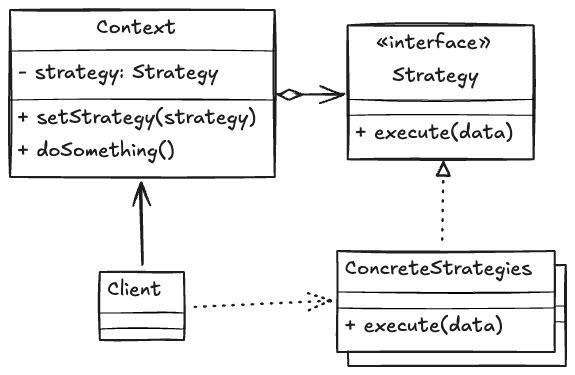
The Excalidraw diagram strategy-pattern.excalidraw.png in bjenning04/foam, before a commit. Source tidied: one line per element, renumbered; positions are measured from the earlier drawing's top-left corner, leaving out a move shared by most shapes. Its diagram source:
```json
{"id": 0, "type": "rectangle", "strokeColor": "#1e1e1e", "strokeWidth": 2, "roughness": 1, "x": 0, "y": 0, "width": 265, "height": 167}
{"id": 1, "type": "rectangle", "strokeColor": "#1e1e1e", "strokeWidth": 2, "roughness": 1, "x": 338, "y": 15, "width": 186, "height": 134}
{"id": 2, "type": "rectangle", "strokeColor": "#1e1e1e", "strokeWidth": 2, "roughness": 1, "x": 90, "y": 262, "width": 84, "height": 68}
{"id": 3, "type": "rectangle", "strokeColor": "#1e1e1e", "strokeWidth": 2, "roughness": 1, "x": 338, "y": 255, "width": 217, "height": 101}
{"id": 4, "type": "line", "strokeColor": "#000", "strokeWidth": 1, "roughness": 1, "x": 338, "y": 296, "width": 217, "height": 0, "points": [[0, 0], [217, 0]]}
{"id": 5, "type": "line", "strokeColor": "#000", "strokeWidth": 1, "roughness": 1, "x": 338, "y": 312, "width": 217, "height": 0, "points": [[0, 0], [217, 0]]}
{"id": 6, "type": "text", "text": "ConcreteStrategy", "strokeColor": "#1e1e1e", "strokeWidth": 2, "roughness": 1, "fontSize": 20, "fontFamily": 5, "verticalAlign": "middle", "x": 346, "y": 260, "width": 172, "height": 25}
{"id": 7, "type": "text", "text": "+execute(data)", "strokeColor": "#1e1e1e", "strokeWidth": 2, "roughness": 1, "fontSize": 20, "fontFamily": 5, "verticalAlign": "middle", "x": 346, "y": 317, "width": 150, "height": 25}
{"id": 8, "type": "rectangle", "strokeColor": "#1e1e1e", "backgroundColor": "#ffffff", "fillStyle": "solid", "strokeWidth": 2, "roughness": 1, "x": 327, "y": 241, "width": 217, "height": 101}
{"id": 9, "type": "line", "strokeColor": "#000", "strokeWidth": 1, "roughness": 1, "x": 0, "y": 41, "width": 265, "height": 0, "points": [[0, 0], [265, 0]]}
{"id": 10, "type": "line", "strokeColor": "#000", "strokeWidth": 1, "roughness": 1, "x": 0, "y": 90, "width": 265, "height": 0, "points": [[0, 0], [265, 0]]}
{"id": 11, "type": "line", "strokeColor": "#000", "strokeWidth": 1, "roughness": 1, "x": 338, "y": 89, "width": 186, "height": 0, "points": [[0, 0], [186, 0]]}
{"id": 12, "type": "line", "strokeColor": "#000", "strokeWidth": 1, "roughness": 1, "x": 338, "y": 105, "width": 186, "height": 0, "points": [[0, 0], [186, 0]]}
{"id": 13, "type": "line", "strokeColor": "#000", "strokeWidth": 1, "roughness": 1, "x": 90, "y": 303, "width": 84, "height": 0, "points": [[0, 0], [84, 0]]}
{"id": 14, "type": "line", "strokeColor": "#000", "strokeWidth": 1, "roughness": 1, "x": 90, "y": 319, "width": 84, "height": 0, "points": [[0, 0], [84, 0]]}
{"id": 15, "type": "line", "strokeColor": "#000", "backgroundColor": "#ffffff", "fillStyle": "solid", "strokeWidth": 1, "roughness": 1, "x": 327, "y": 282, "width": 217, "height": 0, "points": [[0, 0], [217, 0]]}
{"id": 16, "type": "line", "strokeColor": "#000", "backgroundColor": "#ffffff", "fillStyle": "solid", "strokeWidth": 1, "roughness": 1, "x": 327, "y": 298, "width": 217, "height": 0, "points": [[0, 0], [217, 0]]}
{"id": 17, "type": "arrow", "strokeColor": "#1e1e1e", "strokeWidth": 2, "roughness": 1, "startArrowhead": "diamond_outline", "endArrowhead": "arrow", "round": true, "from": 0, "to": 1, "x": 268, "y": 85, "width": 67, "height": 0, "points": [[0, 0], [67, 0]]}
{"id": 18, "type": "arrow", "strokeColor": "#1e1e1e", "strokeWidth": 2, "roughness": 1, "startArrowhead": "arrow", "round": true, "from": 0, "to": 28, "x": 131, "y": 173, "width": 1, "height": 81, "points": [[0, 0], [1, 81]]}
{"id": 19, "type": "arrow", "strokeColor": "#1e1e1e", "strokeWidth": 2, "strokeStyle": "dotted", "roughness": 1, "endArrowhead": "arrow", "round": true, "from": 2, "to": 30, "x": 184, "y": 297, "width": 138, "height": 6, "points": [[0, 0], [138, -6]]}
{"id": 20, "type": "arrow", "strokeColor": "#1e1e1e", "strokeWidth": 2, "strokeStyle": "dotted", "roughness": 1, "startArrowhead": "triangle_outline", "round": true, "from": 1, "to": 8, "x": 433, "y": 153, "width": 1, "height": 76, "points": [[0, 0], [-1, 76]]}
{"id": 21, "type": "text", "text": "Context", "strokeColor": "#1e1e1e", "strokeWidth": 2, "roughness": 1, "fontSize": 20, "fontFamily": 5, "verticalAlign": "middle", "x": 86, "y": 5, "width": 80, "height": 25}
{"id": 22, "type": "text", "text": "- strategy: Strategy", "strokeColor": "#1e1e1e", "strokeWidth": 2, "roughness": 1, "fontSize": 20, "fontFamily": 5, "verticalAlign": "middle", "x": 8, "y": 50, "width": 200, "height": 25}
{"id": 23, "type": "text", "text": "+ setStrategy(strategy)", "strokeColor": "#1e1e1e", "strokeWidth": 2, "roughness": 1, "fontSize": 20, "fontFamily": 5, "verticalAlign": "middle", "x": 8, "y": 95, "width": 239, "height": 25}
{"id": 24, "type": "text", "text": "+ doSomething()", "strokeColor": "#1e1e1e", "strokeWidth": 2, "roughness": 1, "fontSize": 20, "fontFamily": 5, "verticalAlign": "middle", "x": 8, "y": 128, "width": 157, "height": 25}
{"id": 25, "type": "text", "text": "«interface»", "strokeColor": "#1e1e1e", "strokeWidth": 2, "roughness": 1, "fontSize": 20, "fontFamily": 5, "verticalAlign": "middle", "x": 366, "y": 20, "width": 114, "height": 25}
{"id": 26, "type": "text", "text": "Strategy", "strokeColor": "#1e1e1e", "strokeWidth": 2, "roughness": 1, "fontSize": 20, "fontFamily": 5, "verticalAlign": "middle", "x": 383, "y": 53, "width": 86, "height": 25}
{"id": 27, "type": "text", "text": "+ execute(data)", "strokeColor": "#1e1e1e", "strokeWidth": 2, "roughness": 1, "fontSize": 20, "fontFamily": 5, "verticalAlign": "middle", "x": 345, "y": 110, "width": 158, "height": 25}
{"id": 28, "type": "text", "text": "Client", "strokeColor": "#1e1e1e", "strokeWidth": 2, "roughness": 1, "fontSize": 20, "fontFamily": 5, "verticalAlign": "middle", "x": 97, "y": 267, "width": 54, "height": 25}
{"id": 29, "type": "text", "text": "ConcreteStrategies", "strokeColor": "#1e1e1e", "backgroundColor": "#ffffff", "fillStyle": "solid", "strokeWidth": 2, "roughness": 1, "fontSize": 20, "fontFamily": 5, "verticalAlign": "middle", "x": 335, "y": 246, "width": 187, "height": 25}
{"id": 30, "type": "text", "text": "+ execute(data)", "strokeColor": "#1e1e1e", "backgroundColor": "#ffffff", "fillStyle": "solid", "strokeWidth": 2, "roughness": 1, "fontSize": 20, "fontFamily": 5, "verticalAlign": "middle", "x": 335, "y": 303, "width": 158, "height": 25}
```
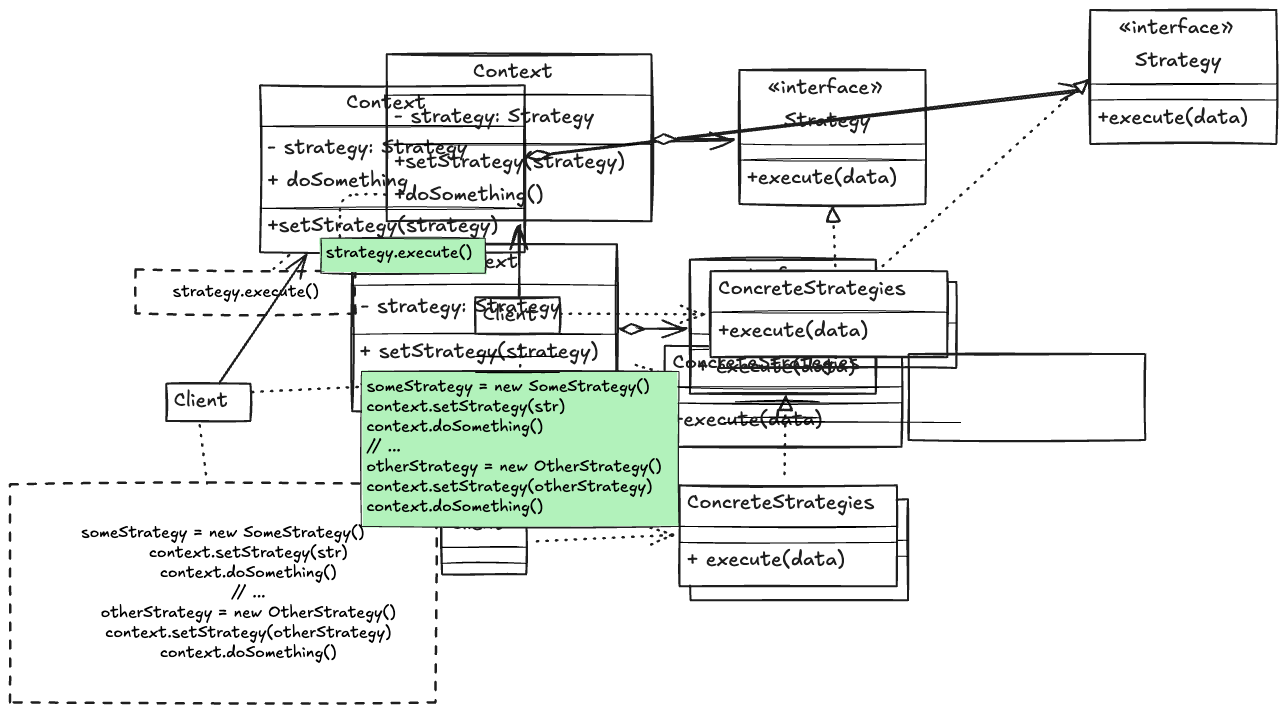
After the commit.

Diff of the diagram source:
```diff
@@ -1,31 +1,33 @@
-{"id": 0, "type": "rectangle", "strokeColor": "#1e1e1e", "strokeWidth": 2, "roughness": 1, "x": 0, "y": 0, "width": 265, "height": 167}
-{"id": 1, "type": "rectangle", "strokeColor": "#1e1e1e", "strokeWidth": 2, "roughness": 1, "x": 338, "y": 15, "width": 186, "height": 134}
-{"id": 2, "type": "rectangle", "strokeColor": "#1e1e1e", "strokeWidth": 2, "roughness": 1, "x": 90, "y": 262, "width": 84, "height": 68}
-{"id": 3, "type": "rectangle", "strokeColor": "#1e1e1e", "strokeWidth": 2, "roughness": 1, "x": 338, "y": 255, "width": 217, "height": 101}
-{"id": 4, "type": "line", "strokeColor": "#000", "strokeWidth": 1, "roughness": 1, "x": 338, "y": 296, "width": 217, "height": 0, "points": [[0, 0], [217, 0]]}
-{"id": 5, "type": "line", "strokeColor": "#000", "strokeWidth": 1, "roughness": 1, "x": 338, "y": 312, "width": 217, "height": 0, "points": [[0, 0], [217, 0]]}
-{"id": 6, "type": "text", "text": "ConcreteStrategy", "strokeColor": "#1e1e1e", "strokeWidth": 2, "roughness": 1, "fontSize": 20, "fontFamily": 5, "verticalAlign": "middle", "x": 346, "y": 260, "width": 172, "height": 25}
-{"id": 7, "type": "text", "text": "+execute(data)", "strokeColor": "#1e1e1e", "strokeWidth": 2, "roughness": 1, "fontSize": 20, "fontFamily": 5, "verticalAlign": "middle", "x": 346, "y": 317, "width": 150, "height": 25}
-{"id": 8, "type": "rectangle", "strokeColor": "#1e1e1e", "backgroundColor": "#ffffff", "fillStyle": "solid", "strokeWidth": 2, "roughness": 1, "x": 327, "y": 241, "width": 217, "height": 101}
-{"id": 9, "type": "line", "strokeColor": "#000", "strokeWidth": 1, "roughness": 1, "x": 0, "y": 41, "width": 265, "height": 0, "points": [[0, 0], [265, 0]]}
-{"id": 10, "type": "line", "strokeColor": "#000", "strokeWidth": 1, "roughness": 1, "x": 0, "y": 90, "width": 265, "height": 0, "points": [[0, 0], [265, 0]]}
-{"id": 11, "type": "line", "strokeColor": "#000", "strokeWidth": 1, "roughness": 1, "x": 338, "y": 89, "width": 186, "height": 0, "points": [[0, 0], [186, 0]]}
-{"id": 12, "type": "line", "strokeColor": "#000", "strokeWidth": 1, "roughness": 1, "x": 338, "y": 105, "width": 186, "height": 0, "points": [[0, 0], [186, 0]]}
-{"id": 13, "type": "line", "strokeColor": "#000", "strokeWidth": 1, "roughness": 1, "x": 90, "y": 303, "width": 84, "height": 0, "points": [[0, 0], [84, 0]]}
-{"id": 14, "type": "line", "strokeColor": "#000", "strokeWidth": 1, "roughness": 1, "x": 90, "y": 319, "width": 84, "height": 0, "points": [[0, 0], [84, 0]]}
-{"id": 15, "type": "line", "strokeColor": "#000", "backgroundColor": "#ffffff", "fillStyle": "solid", "strokeWidth": 1, "roughness": 1, "x": 327, "y": 282, "width": 217, "height": 0, "points": [[0, 0], [217, 0]]}
-{"id": 16, "type": "line", "strokeColor": "#000", "backgroundColor": "#ffffff", "fillStyle": "solid", "strokeWidth": 1, "roughness": 1, "x": 327, "y": 298, "width": 217, "height": 0, "points": [[0, 0], [217, 0]]}
-{"id": 17, "type": "arrow", "strokeColor": "#1e1e1e", "strokeWidth": 2, "roughness": 1, "startArrowhead": "diamond_outline", "endArrowhead": "arrow", "round": true, "from": 0, "to": 1, "x": 268, "y": 85, "width": 67, "height": 0, "points": [[0, 0], [67, 0]]}
-{"id": 18, "type": "arrow", "strokeColor": "#1e1e1e", "strokeWidth": 2, "roughness": 1, "startArrowhead": "arrow", "round": true, "from": 0, "to": 28, "x": 131, "y": 173, "width": 1, "height": 81, "points": [[0, 0], [1, 81]]}
-{"id": 19, "type": "arrow", "strokeColor": "#1e1e1e", "strokeWidth": 2, "strokeStyle": "dotted", "roughness": 1, "endArrowhead": "arrow", "round": true, "from": 2, "to": 30, "x": 184, "y": 297, "width": 138, "height": 6, "points": [[0, 0], [138, -6]]}
-{"id": 20, "type": "arrow", "strokeColor": "#1e1e1e", "strokeWidth": 2, "strokeStyle": "dotted", "roughness": 1, "startArrowhead": "triangle_outline", "round": true, "from": 1, "to": 8, "x": 433, "y": 153, "width": 1, "height": 76, "points": [[0, 0], [-1, 76]]}
+{"id": 31, "type": "rectangle", "strokeColor": "#1e1e1e", "strokeWidth": 2, "roughness": 1, "x": 34, "y": -190, "width": 265, "height": 167}
+{"id": 32, "type": "rectangle", "strokeColor": "#1e1e1e", "strokeWidth": 2, "roughness": 1, "x": 123, "y": 53, "width": 84, "height": 37}
+{"id": 33, "type": "rectangle", "strokeColor": "#1e1e1e", "strokeWidth": 2, "roughness": 1, "x": 387, "y": -174, "width": 186, "height": 134}
+{"id": 34, "type": "rectangle", "strokeColor": "#1e1e1e", "backgroundColor": "#b2f2bb", "fillStyle": "solid", "strokeWidth": 1, "roughness": 1, "x": 9, "y": 127, "width": 318, "height": 155}
+{"id": 35, "type": "rectangle", "strokeColor": "#1e1e1e", "backgroundColor": "#b2f2bb", "fillStyle": "solid", "strokeWidth": 1, "roughness": 1, "x": -31, "y": -6, "width": 164, "height": 35}
+{"id": 36, "type": "line", "strokeColor": "#000", "strokeWidth": 1, "roughness": 1, "x": 34, "y": -149, "width": 265, "height": 0, "points": [[0, 0], [265, 0]]}
+{"id": 37, "type": "line", "strokeColor": "#000", "strokeWidth": 1, "roughness": 1, "x": 34, "y": -100, "width": 265, "height": 0, "points": [[0, 0], [265, 0]]}
+{"id": 38, "type": "line", "strokeColor": "#000", "strokeWidth": 1, "roughness": 1, "x": 387, "y": -100, "width": 186, "height": 0, "points": [[0, 0], [186, 0]]}
+{"id": 39, "type": "line", "strokeColor": "#000", "strokeWidth": 1, "roughness": 1, "x": 387, "y": -84, "width": 186, "height": 0, "points": [[0, 0], [186, 0]]}
+{"id": 40, "type": "arrow", "strokeColor": "#1e1e1e", "strokeWidth": 2, "roughness": 1, "startArrowhead": "arrow", "round": true, "from": 31, "to": 28, "x": 167, "y": -18, "width": 1, "height": 70, "points": [[0, 0], [1, 70]]}
+{"id": 41, "type": "arrow", "strokeColor": "#1e1e1e", "strokeWidth": 2, "strokeStyle": "dotted", "roughness": 1, "endArrowhead": "arrow", "round": true, "from": 32, "to": 55, "x": 208, "y": 71, "width": 144, "height": 0, "points": [[0, 0], [144, 0]]}
+{"id": 42, "type": "arrow", "strokeColor": "#1e1e1e", "strokeWidth": 2, "roughness": 1, "startArrowhead": "diamond_outline", "endArrowhead": "arrow", "round": true, "from": 31, "to": 33, "x": 301, "y": -104, "width": 80, "height": 0, "points": [[0, 0], [80, 0]]}
+{"id": 43, "type": "arrow", "strokeColor": "#1e1e1e", "strokeWidth": 2, "strokeStyle": "dotted", "roughness": 1, "startArrowhead": "triangle_outline", "round": true, "from": 33, "to": 54, "x": 480, "y": -36, "width": 3, "height": 61, "points": [[0, 0], [3, 61]]}
+{"id": 44, "type": "arrow", "strokeColor": "#1e1e1e", "strokeWidth": 2, "strokeStyle": "dotted", "roughness": 1, "from": 34, "to": 28, "x": 168, "y": 122, "width": 0, "height": 28, "points": [[0, 0], [0, -28]]}
+{"id": 45, "type": "arrow", "strokeColor": "#1e1e1e", "strokeWidth": 2, "strokeStyle": "dotted", "roughness": 1, "from": 35, "x": -12, "y": -8, "width": 49, "height": 42, "points": [[0, 0], [0, -42], [49, -42]]}
-{"id": 21, "type": "text", "text": "Context", "strokeColor": "#1e1e1e", "strokeWidth": 2, "roughness": 1, "fontSize": 20, "fontFamily": 5, "verticalAlign": "middle", "x": 86, "y": 5, "width": 80, "height": 25}
+{"id": 21, "type": "text", "text": "Context", "strokeColor": "#1e1e1e", "strokeWidth": 2, "roughness": 1, "fontSize": 20, "fontFamily": 5, "verticalAlign": "middle", "x": 121, "y": -185, "width": 80, "height": 25}
-{"id": 22, "type": "text", "text": "- strategy: Strategy", "strokeColor": "#1e1e1e", "strokeWidth": 2, "roughness": 1, "fontSize": 20, "fontFamily": 5, "verticalAlign": "middle", "x": 8, "y": 50, "width": 200, "height": 25}
+{"id": 22, "type": "text", "text": "- strategy: Strategy", "strokeColor": "#1e1e1e", "strokeWidth": 2, "roughness": 1, "fontSize": 20, "fontFamily": 5, "verticalAlign": "middle", "x": 42, "y": -140, "width": 200, "height": 25}
-{"id": 23, "type": "text", "text": "+ setStrategy(strategy)", "strokeColor": "#1e1e1e", "strokeWidth": 2, "roughness": 1, "fontSize": 20, "fontFamily": 5, "verticalAlign": "middle", "x": 8, "y": 95, "width": 239, "height": 25}
-{"id": 24, "type": "text", "text": "+ doSomething()", "strokeColor": "#1e1e1e", "strokeWidth": 2, "roughness": 1, "fontSize": 20, "fontFamily": 5, "verticalAlign": "middle", "x": 8, "y": 128, "width": 157, "height": 25}
+{"id": 46, "type": "text", "text": "+setStrategy(strategy)", "strokeColor": "#1e1e1e", "strokeWidth": 2, "roughness": 1, "fontSize": 20, "fontFamily": 5, "verticalAlign": "middle", "x": 42, "y": -95, "width": 231, "height": 25}
+{"id": 47, "type": "text", "text": "+doSomething()", "strokeColor": "#1e1e1e", "strokeWidth": 2, "roughness": 1, "fontSize": 20, "fontFamily": 5, "verticalAlign": "middle", "x": 42, "y": -62, "width": 149, "height": 25}
+{"id": 28, "type": "text", "text": "Client", "strokeColor": "#1e1e1e", "strokeWidth": 2, "roughness": 1, "fontSize": 20, "fontFamily": 5, "verticalAlign": "middle", "x": 131, "y": 58, "width": 54, "height": 25}
+{"id": 48, "type": "rectangle", "strokeColor": "#1e1e1e", "strokeWidth": 2, "roughness": 1, "x": 367, "y": 38, "width": 237, "height": 86}
+{"id": 49, "type": "line", "strokeColor": "#000", "strokeWidth": 1, "roughness": 1, "x": 367, "y": 79, "width": 237, "height": 0, "points": [[0, 0], [237, 0]]}
+{"id": 50, "type": "text", "text": "ConcreteStrategies", "strokeColor": "#1e1e1e", "strokeWidth": 2, "roughness": 1, "fontSize": 20, "fontFamily": 5, "verticalAlign": "middle", "x": 375, "y": 43, "width": 187, "height": 25}
+{"id": 51, "type": "text", "text": "+execute(data)", "strokeColor": "#1e1e1e", "strokeWidth": 2, "roughness": 1, "fontSize": 20, "fontFamily": 5, "verticalAlign": "middle", "x": 375, "y": 85, "width": 150, "height": 25}
+{"id": 52, "type": "rectangle", "strokeColor": "#1e1e1e", "backgroundColor": "#ffffff", "fillStyle": "solid", "strokeWidth": 2, "roughness": 1, "x": 358, "y": 27, "width": 237, "height": 86}
+{"id": 53, "type": "line", "strokeColor": "#000", "backgroundColor": "#ffffff", "fillStyle": "solid", "strokeWidth": 1, "roughness": 1, "x": 358, "y": 68, "width": 237, "height": 0, "points": [[0, 0], [237, 0]]}
+{"id": 54, "type": "text", "text": "ConcreteStrategies", "strokeColor": "#1e1e1e", "backgroundColor": "#ffffff", "fillStyle": "solid", "strokeWidth": 2, "roughness": 1, "fontSize": 20, "fontFamily": 5, "verticalAlign": "middle", "x": 366, "y": 32, "width": 187, "height": 25}
+{"id": 55, "type": "text", "text": "+execute(data)", "strokeColor": "#1e1e1e", "backgroundColor": "#ffffff", "fillStyle": "solid", "strokeWidth": 2, "roughness": 1, "fontSize": 20, "fontFamily": 5, "verticalAlign": "middle", "x": 366, "y": 74, "width": 150, "height": 25}
-{"id": 25, "type": "text", "text": "«interface»", "strokeColor": "#1e1e1e", "strokeWidth": 2, "roughness": 1, "fontSize": 20, "fontFamily": 5, "verticalAlign": "middle", "x": 366, "y": 20, "width": 114, "height": 25}
+{"id": 25, "type": "text", "text": "«interface»", "strokeColor": "#1e1e1e", "strokeWidth": 2, "roughness": 1, "fontSize": 20, "fontFamily": 5, "verticalAlign": "middle", "x": 416, "y": -169, "width": 114, "height": 25}
-{"id": 26, "type": "text", "text": "Strategy", "strokeColor": "#1e1e1e", "strokeWidth": 2, "roughness": 1, "fontSize": 20, "fontFamily": 5, "verticalAlign": "middle", "x": 383, "y": 53, "width": 86, "height": 25}
+{"id": 26, "type": "text", "text": "Strategy", "strokeColor": "#1e1e1e", "strokeWidth": 2, "roughness": 1, "fontSize": 20, "fontFamily": 5, "verticalAlign": "middle", "x": 432, "y": -136, "width": 86, "height": 25}
-{"id": 27, "type": "text", "text": "+ execute(data)", "strokeColor": "#1e1e1e", "strokeWidth": 2, "roughness": 1, "fontSize": 20, "fontFamily": 5, "verticalAlign": "middle", "x": 345, "y": 110, "width": 158, "height": 25}
-{"id": 28, "type": "text", "text": "Client", "strokeColor": "#1e1e1e", "strokeWidth": 2, "roughness": 1, "fontSize": 20, "fontFamily": 5, "verticalAlign": "middle", "x": 97, "y": 267, "width": 54, "height": 25}
-{"id": 29, "type": "text", "text": "ConcreteStrategies", "strokeColor": "#1e1e1e", "backgroundColor": "#ffffff", "fillStyle": "solid", "strokeWidth": 2, "roughness": 1, "fontSize": 20, "fontFamily": 5, "verticalAlign": "middle", "x": 335, "y": 246, "width": 187, "height": 25}
-{"id": 30, "type": "text", "text": "+ execute(data)", "strokeColor": "#1e1e1e", "backgroundColor": "#ffffff", "fillStyle": "solid", "strokeWidth": 2, "roughness": 1, "fontSize": 20, "fontFamily": 5, "verticalAlign": "middle", "x": 335, "y": 303, "width": 158, "height": 25}
+{"id": 56, "type": "text", "text": "+execute(data)", "strokeColor": "#1e1e1e", "strokeWidth": 2, "roughness": 1, "fontSize": 20, "fontFamily": 5, "verticalAlign": "middle", "x": 395, "y": -79, "width": 150, "height": 25}
+{"id": 57, "type": "text", "text": "someStrategy = new SomeStrategy()\ncontext.setStrategy(str)\ncontext.doSomething()\n// ...\notherStrategy = new OtherStrategy()\ncontext.setStrategy(otherStrategy)\ncontext.doSomething()", "strokeColor": "#000", "strokeWidth": 2, "roughness": 1, "fontSize": 16, "fontFamily": 5, "inside": 34, "x": 14, "y": 132, "width": 295, "height": 140}
+{"id": 58, "type": "text", "text": "strategy.execute()", "strokeColor": "#000", "strokeWidth": 2, "roughness": 1, "fontSize": 16, "fontFamily": 5, "inside": 35, "x": -26, "y": -1, "width": 146, "height": 20}
```
